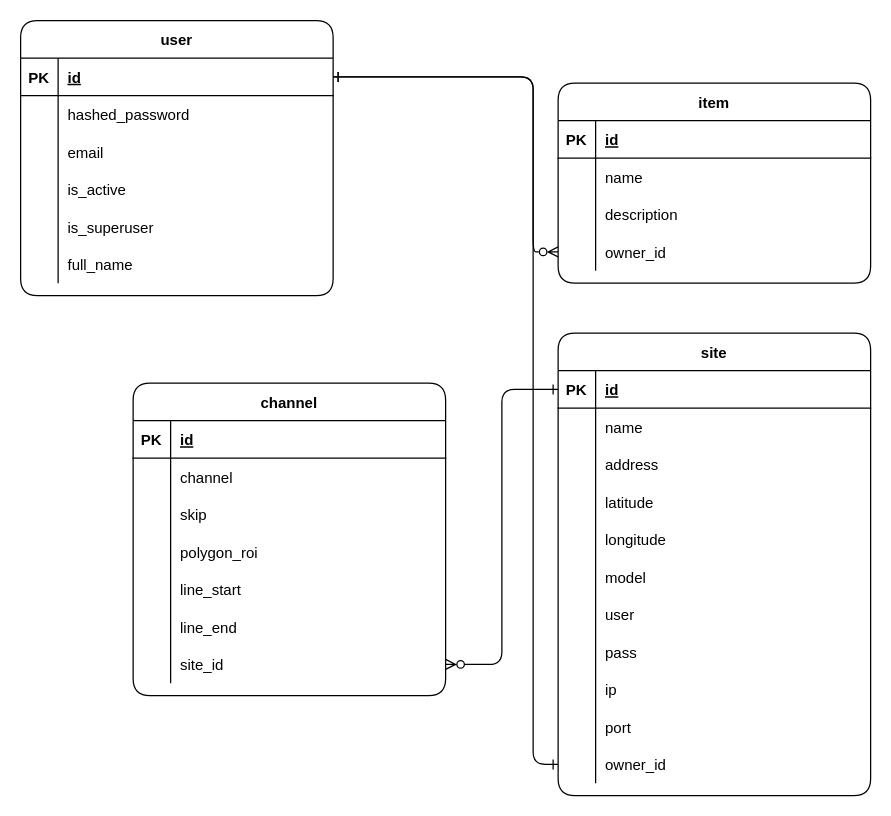
The draw.io diagram backend/IASSEdge.drawio in fn-hide/IASSEdge, before the edit. Source tidied: cells renumbered, new cells numbered last; positions are measured from the earlier drawing's top-left corner, leaving out a move shared by most shapes. Both pictures are drawn from the tidied source at 125%, with x=0, y=0 at pixel (20, 20).
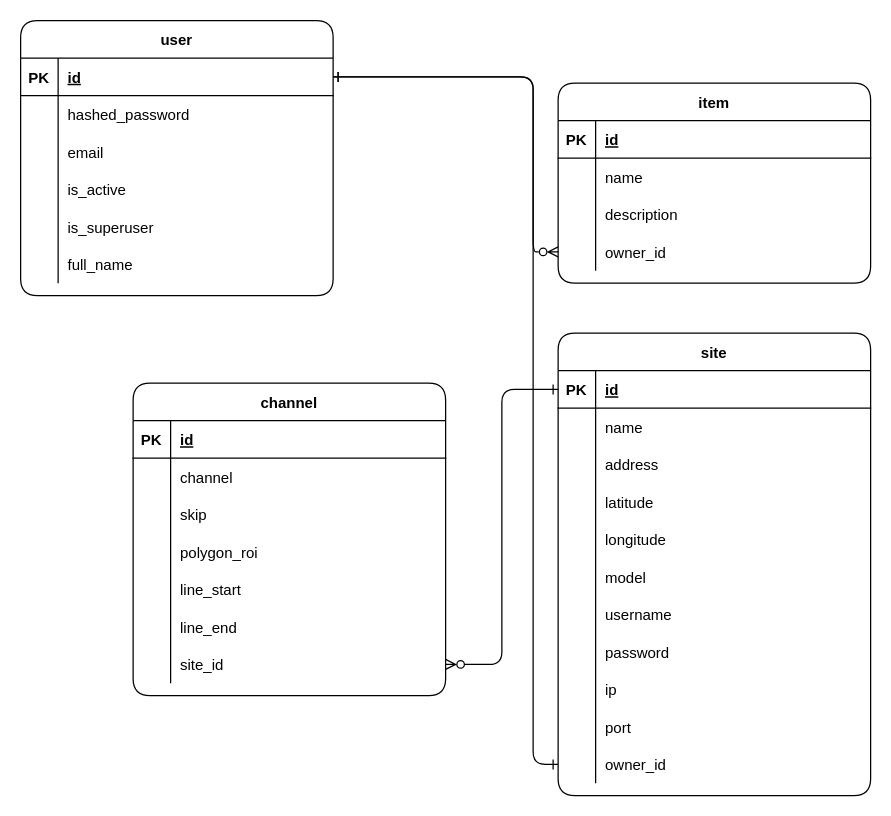
The same diagram, later.

The change refers to these unchanged cells:
```xml
<mxCell id="53" style="shape=partialRectangle;fillColor=none;top=0;left=0;right=0;bottom=0;rounded=1;" parent="34" vertex="1">
  <mxGeometry y="210" width="250" height="30" as="geometry" />
</mxCell>
<mxCell id="56" style="shape=partialRectangle;fillColor=none;top=0;left=0;right=0;bottom=0;rounded=1;" parent="34" vertex="1">
  <mxGeometry y="240" width="250" height="30" as="geometry" />
</mxCell>
```

Change to the diagram source:
```diff
@@
-    <mxCell id="55" value="user" style="shape=partialRectangle;overflow=hidden;fillColor=none;top=0;left=0;bottom=0;right=0;align=left;spacingLeft=6;rounded=1;" parent="53" vertex="1">
+    <mxCell id="55" value="username" style="shape=partialRectangle;overflow=hidden;fillColor=none;top=0;left=0;bottom=0;right=0;align=left;spacingLeft=6;rounded=1;" parent="53" vertex="1">
       <mxGeometry x="30" width="220" height="30" as="geometry" />
     </mxCell>
@@
-    <mxCell id="58" value="pass" style="shape=partialRectangle;overflow=hidden;fillColor=none;top=0;left=0;bottom=0;right=0;align=left;spacingLeft=6;rounded=1;" parent="56" vertex="1">
+    <mxCell id="58" value="password" style="shape=partialRectangle;overflow=hidden;fillColor=none;top=0;left=0;bottom=0;right=0;align=left;spacingLeft=6;rounded=1;" parent="56" vertex="1">
       <mxGeometry x="30" width="220" height="30" as="geometry" />
     </mxCell>
```
